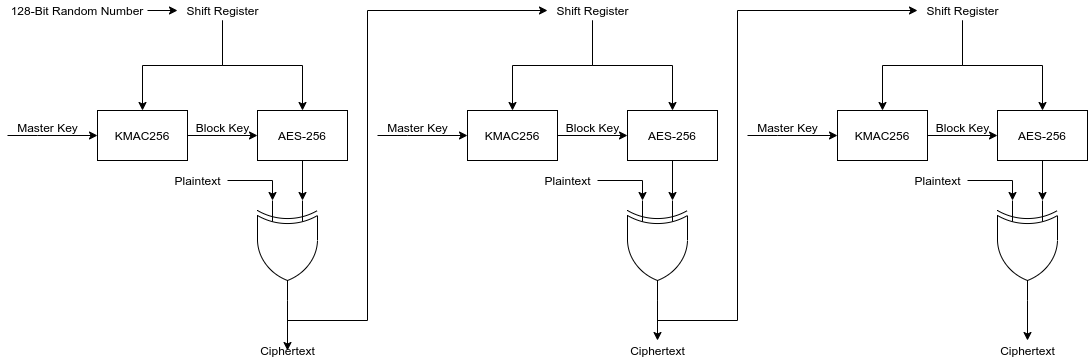
Before: images/Encryption.png, a diagram exported from draw.io (aarmono/crypto_transceiver_instructions). Source tidied: cells renumbered, new cells last; positions are measured from the earlier drawing's top-left corner, leaving out a move shared by most shapes.
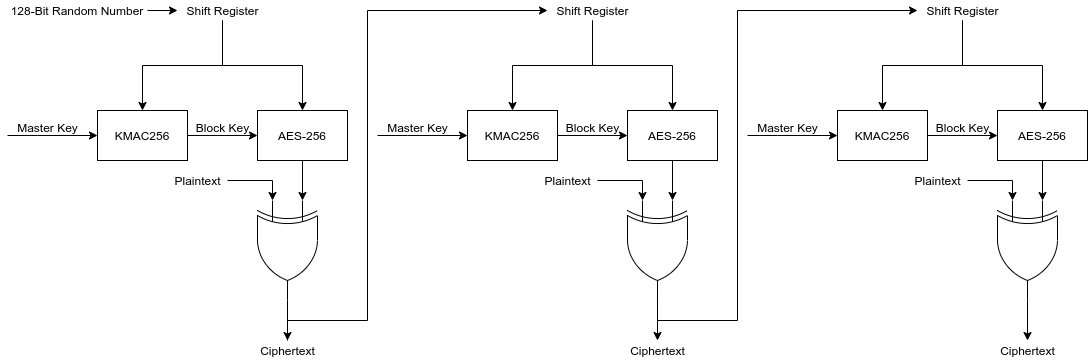
Later version of the same file.

Commit message:
Add instructions for key loading in Linux

The edit, as a diff of the source:
```diff
@@ -50,9 +50,6 @@
         </Array>
       </mxGeometry>
     </mxCell>
-    <mxCell id="14" style="edgeStyle=orthogonalEdgeStyle;rounded=0;jettySize=auto;html=1;exitX=0.5;exitY=0.5;exitDx=0;exitDy=0;exitPerimeter=0;entryX=1;entryY=0.5;entryDx=0;entryDy=0;entryPerimeter=0;startArrow=classic;startFill=1;endArrow=none;endFill=0;" parent="1" edge="1" source="17" target="15">
-      <mxGeometry relative="1" as="geometry" />
-    </mxCell>
     <mxCell id="15" style="verticalLabelPosition=bottom;shadow=0;dashed=0;align=center;html=1;verticalAlign=top;shape=mxgraph.electrical.logic_gates.logic_gate;operation=xor;direction=south;" parent="1" vertex="1">
       <mxGeometry x="250" y="200" width="60" height="100" as="geometry" />
     </mxCell>
@@ -179,5 +176,8 @@
     <mxCell id="50" style="endArrow=classic;html=1;exitX=1;exitY=0.5;exitDx=0;exitDy=0;" parent="1" edge="1" source="49" target="11">
       <mxGeometry relative="1" as="geometry" />
     </mxCell>
+    <mxCell id="51" style="endArrow=classic;html=1;exitX=1;exitY=0.5;exitDx=0;exitDy=0;exitPerimeter=0;" parent="1" edge="1" source="15" target="17">
+      <mxGeometry relative="1" as="geometry" />
+    </mxCell>
   </root>
 </mxGraphModel>
```
